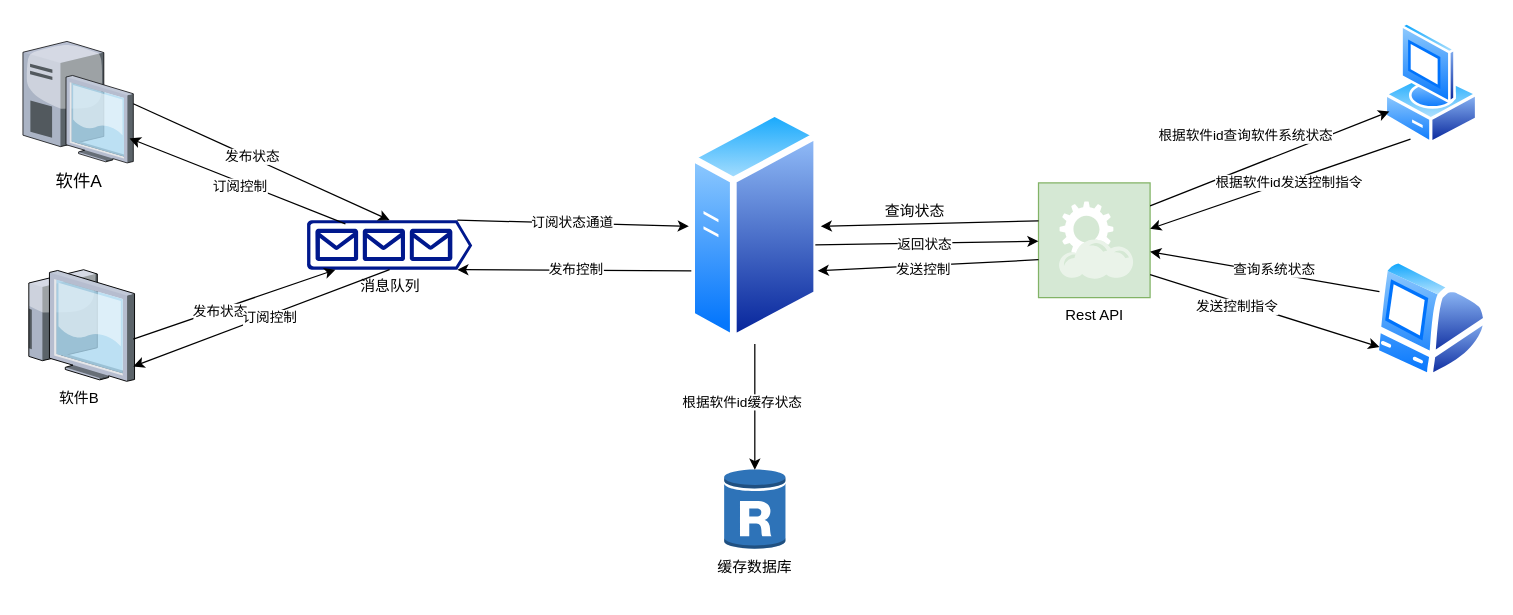
Yqghlx/LabTechOpenPlatform keeps this draw.io diagram as doc/网络架构.drawio. Above is the earlier version. Source tidied: cells renumbered, new cells numbered last; positions are measured from the earlier drawing's top-left corner, leaving out a move shared by most shapes. Both pictures are drawn from the tidied source at 124%, with x=0, y=0 at pixel (22, 21).
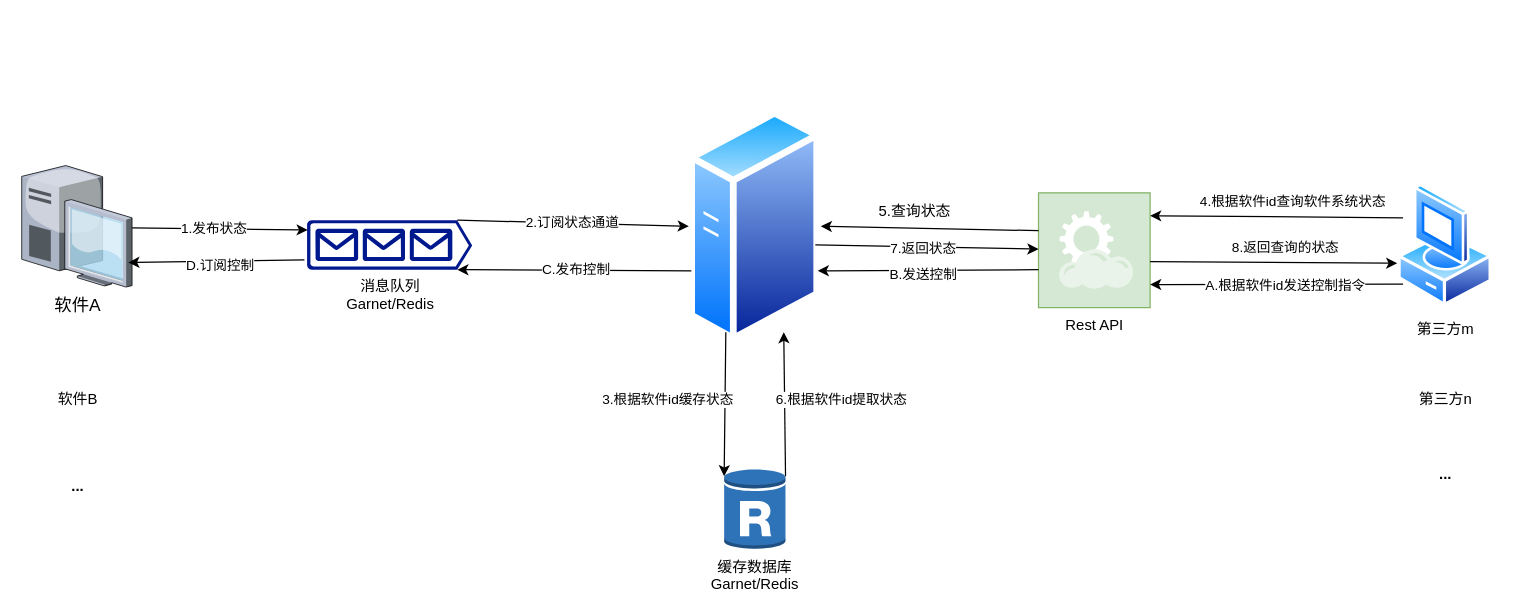
The same page after the edit.

Commit message:
docs: 更新架构图

- 使用 draw.io 28.0.6 版本重新绘制架构图
- 调整了部分元素的位置和样式
- 增加了新的元素和连接线
- 优化了部分元素的描述信息

The change refers to these unchanged cells:
```xml
<mxCell id="4" style="image;perimeter=ellipsePerimeter;html=1;align=center;shadow=0;dashed=0;spacingTop=3;image=img/lib/active_directory/generic_server.svg;" parent="1" vertex="1">
  <mxGeometry x="537" y="70" width="106.4" height="190" as="geometry" />
</mxCell>
<mxCell id="18" style="endArrow=classic;html=1;rounded=0;exitX=0.91;exitY=0;exitDx=0;exitDy=0;exitPerimeter=0;entryX=0;entryY=0.5;entryDx=0;entryDy=0;" parent="1" edge="1" source="3" target="4">
  <mxGeometry relative="1" as="geometry" />
</mxCell>
<mxCell id="22" style="endArrow=classic;html=1;rounded=0;exitX=0.019;exitY=0.689;exitDx=0;exitDy=0;exitPerimeter=0;entryX=0.91;entryY=1;entryDx=0;entryDy=0;entryPerimeter=0;" parent="1" edge="1" source="4" target="3">
  <mxGeometry relative="1" as="geometry" />
</mxCell>
<mxCell id="34" style="endArrow=classic;html=1;rounded=0;" parent="1" edge="1" target="9">
  <mxGeometry relative="1" as="geometry">
    <mxPoint x="639" y="180" as="sourcePoint" />
  </mxGeometry>
</mxCell>
<mxCell id="36" style="endArrow=classic;html=1;rounded=0;entryX=0.977;entryY=0.689;entryDx=0;entryDy=0;exitX=0;exitY=0.67;exitDx=0;exitDy=0;exitPerimeter=0;entryPerimeter=0;" parent="1" edge="1" source="9" target="4">
  <mxGeometry relative="1" as="geometry" />
</mxCell>
```

The edit, as a diff of the source:
```diff
@@
     <mxCell id="2" value="软件A" style="verticalLabelPosition=bottom;html=1;verticalAlign=top;strokeColor=none;shape=mxgraph.citrix.desktop;fillColor=#66B2FF;gradientColor=#0066CC;fontSize=14;" parent="1" vertex="1">
-      <mxGeometry y="15.9" width="89" height="98" as="geometry" />
+      <mxGeometry x="-1" y="116" width="89" height="98" as="geometry" />
     </mxCell>
-    <mxCell id="3" value="消息队列" style="sketch=0;shadow=0;dashed=0;html=1;strokeColor=none;labelPosition=center;verticalLabelPosition=bottom;verticalAlign=top;align=center;fillColor=#00188D;shape=mxgraph.azure.queue_generic;" parent="1" vertex="1">
+    <mxCell id="3" value="消息队列&lt;div&gt;Garnet/Redis&lt;/div&gt;" style="sketch=0;shadow=0;dashed=0;html=1;strokeColor=none;labelPosition=center;verticalLabelPosition=bottom;verticalAlign=top;align=center;fillColor=#00188D;shape=mxgraph.azure.queue_generic;" parent="1" vertex="1">
       <mxGeometry x="229" y="160" width="133.3" height="40" as="geometry" />
     </mxCell>
@@
-    <mxCell id="5" value="缓存数据库" style="outlineConnect=0;dashed=0;verticalLabelPosition=bottom;verticalAlign=top;align=center;html=1;shape=mxgraph.aws3.rds_db_instance_read_replica;fillColor=#2E73B8;gradientColor=none;" parent="1" vertex="1">
+    <mxCell id="5" value="缓存数据库&lt;div&gt;Garnet/Redis&lt;/div&gt;" style="outlineConnect=0;dashed=0;verticalLabelPosition=bottom;verticalAlign=top;align=center;html=1;shape=mxgraph.aws3.rds_db_instance_read_replica;fillColor=#2E73B8;gradientColor=none;" parent="1" vertex="1">
       <mxGeometry x="565.5" y="360" width="49.5" height="66" as="geometry" />
     </mxCell>
-    <mxCell id="6" style="image;perimeter=ellipsePerimeter;html=1;align=center;shadow=0;dashed=0;spacingTop=3;image=img/lib/active_directory/vista_client.svg;" parent="1" vertex="1">
-      <mxGeometry x="1098" width="76" height="100" as="geometry" />
+    <mxCell id="6" value="第三方m" style="image;perimeter=ellipsePerimeter;html=1;align=center;shadow=0;dashed=0;spacingTop=3;image=img/lib/active_directory/vista_client.svg;" parent="1" vertex="1">
+      <mxGeometry x="1109" y="130.5" width="76" height="100" as="geometry" />
     </mxCell>
-    <mxCell id="7" style="image;perimeter=ellipsePerimeter;html=1;align=center;shadow=0;dashed=0;spacingTop=3;image=img/lib/active_directory/mac_client.svg;" parent="1" vertex="1">
-      <mxGeometry x="1089" y="190" width="94" height="100" as="geometry" />
-    </mxCell>
-    <mxCell id="8" value="软件B" style="verticalLabelPosition=bottom;sketch=0;html=1;verticalAlign=top;strokeColor=none;align=center;outlineConnect=0;shape=mxgraph.citrix.thin_client;" parent="1" vertex="1">
-      <mxGeometry y="200" width="90" height="90" as="geometry" />
-    </mxCell>
     <mxCell id="9" value="Rest API" style="shadow=0;dashed=0;html=1;strokeColor=#82b366;fillColor=#d5e8d4;labelPosition=center;verticalLabelPosition=bottom;verticalAlign=top;align=center;outlineConnect=0;shape=mxgraph.veeam.2d.restful_apis;points=[[0,0.33,0,0,0],[0,0.5,0,0,0],[0,0.67,0,0,0],[1,0.2,0,0,0],[1,0.4,0,0,0],[1,0.6,0,0,0],[1,0.8,0,0,0]];" parent="1" vertex="1">
-      <mxGeometry x="819" y="130" width="90" height="92.5" as="geometry" />
+      <mxGeometry x="819" y="138" width="90" height="92.5" as="geometry" />
     </mxCell>
-    <mxCell id="10" style="endArrow=classic;html=1;rounded=0;exitX=1;exitY=0.513;exitDx=0;exitDy=0;exitPerimeter=0;entryX=0.5;entryY=0;entryDx=0;entryDy=0;entryPerimeter=0;" parent="1" edge="1" source="2" target="3">
+    <mxCell id="10" style="endArrow=classic;html=1;rounded=0;exitX=1;exitY=0.513;exitDx=0;exitDy=0;exitPerimeter=0;entryX=0.005;entryY=0.2;entryDx=0;entryDy=0;entryPerimeter=0;" parent="1" edge="1" source="2" target="3">
       <mxGeometry relative="1" as="geometry" />
     </mxCell>
-    <mxCell id="11" value="发布状态" style="edgeLabel;html=1;align=center;verticalAlign=middle;" parent="10" vertex="1">
+    <mxCell id="11" value="1.发布状态" style="edgeLabel;html=1;align=center;verticalAlign=middle;" parent="10" vertex="1">
       <mxGeometry x="-0.08" y="1" relative="1" as="geometry" />
     </mxCell>
-    <mxCell id="12" style="endArrow=classic;html=1;rounded=0;exitX=0.233;exitY=0.075;exitDx=0;exitDy=0;exitPerimeter=0;entryX=0.966;entryY=0.798;entryDx=0;entryDy=0;entryPerimeter=0;" parent="1" edge="1" source="3" target="2">
+    <mxCell id="12" style="endArrow=classic;html=1;rounded=0;exitX=-0.015;exitY=0.8;exitDx=0;exitDy=0;exitPerimeter=0;entryX=0.966;entryY=0.798;entryDx=0;entryDy=0;entryPerimeter=0;" parent="1" edge="1" source="3" target="2">
       <mxGeometry relative="1" as="geometry" />
     </mxCell>
-    <mxCell id="13" value="订阅控制" style="edgeLabel;html=1;align=center;verticalAlign=middle;" parent="12" vertex="1">
+    <mxCell id="13" value="D.订阅控制" style="edgeLabel;html=1;align=center;verticalAlign=middle;" parent="12" vertex="1">
       <mxGeometry x="-0.03" y="3" relative="1" as="geometry" />
     </mxCell>
-    <mxCell id="14" style="endArrow=classic;html=1;rounded=0;entryX=0.173;entryY=1;entryDx=0;entryDy=0;entryPerimeter=0;exitX=0.989;exitY=0.622;exitDx=0;exitDy=0;exitPerimeter=0;" parent="1" edge="1" source="8" target="3">
-      <mxGeometry relative="1" as="geometry" />
-    </mxCell>
-    <mxCell id="15" value="发布状态" style="edgeLabel;html=1;align=center;verticalAlign=middle;" parent="14" vertex="1">
-      <mxGeometry x="-0.15" y="-1" relative="1" as="geometry" />
-    </mxCell>
-    <mxCell id="16" style="endArrow=classic;html=1;rounded=0;exitX=0.5;exitY=1;exitDx=0;exitDy=0;exitPerimeter=0;entryX=0.989;entryY=0.867;entryDx=0;entryDy=0;entryPerimeter=0;" parent="1" edge="1" source="3" target="8">
-      <mxGeometry relative="1" as="geometry" />
-    </mxCell>
-    <mxCell id="17" value="订阅控制" style="edgeLabel;html=1;align=center;verticalAlign=middle;" parent="16" vertex="1">
-      <mxGeometry x="-0.05" y="2" relative="1" as="geometry" />
-    </mxCell>
@@
-    <mxCell id="19" value="订阅状态通道" style="edgeLabel;html=1;align=center;verticalAlign=middle;" parent="18" vertex="1">
+    <mxCell id="19" value="2.订阅状态通道" style="edgeLabel;html=1;align=center;verticalAlign=middle;" parent="18" vertex="1">
       <mxGeometry x="-0.01" y="1" relative="1" as="geometry" />
     </mxCell>
-    <mxCell id="20" style="endArrow=classic;html=1;rounded=0;exitX=0.5;exitY=1;exitDx=0;exitDy=0;entryX=0.5;entryY=0.02;entryDx=0;entryDy=0;entryPerimeter=0;" parent="1" edge="1" source="4" target="5">
+    <mxCell id="20" style="endArrow=classic;html=1;rounded=0;exitX=0.25;exitY=1;exitDx=0;exitDy=0;entryX=0;entryY=0.1;entryDx=0;entryDy=0;entryPerimeter=0;" parent="1" edge="1" source="4" target="5">
       <mxGeometry relative="1" as="geometry" />
     </mxCell>
-    <mxCell id="21" value="根据软件id缓存状态" style="edgeLabel;html=1;align=center;verticalAlign=middle;" parent="20" vertex="1">
+    <mxCell id="21" value="3.根据软件id缓存状态" style="edgeLabel;html=1;align=center;verticalAlign=middle;" parent="20" vertex="1">
       <mxGeometry x="-0.07" y="2" relative="1" as="geometry">
-        <mxPoint x="-13" as="offset" />
+        <mxPoint x="-49" as="offset" />
       </mxGeometry>
     </mxCell>
@@
-    <mxCell id="23" value="发布控制" style="edgeLabel;html=1;align=center;verticalAlign=middle;" parent="22" vertex="1">
+    <mxCell id="23" value="C.发布控制" style="edgeLabel;html=1;align=center;verticalAlign=middle;" parent="22" vertex="1">
       <mxGeometry y="-1" relative="1" as="geometry" />
     </mxCell>
-    <mxCell id="24" style="endArrow=classic;html=1;rounded=0;entryX=0;entryY=0.75;entryDx=0;entryDy=0;exitX=1;exitY=0.2;exitDx=0;exitDy=0;exitPerimeter=0;" parent="1" edge="1" source="9" target="6">
+    <mxCell id="24" style="endArrow=classic;html=1;rounded=0;entryX=-0.009;entryY=0.643;entryDx=0;entryDy=0;exitX=1;exitY=0.6;exitDx=0;exitDy=0;exitPerimeter=0;entryPerimeter=0;" parent="1" edge="1" source="9" target="6">
       <mxGeometry relative="1" as="geometry" />
     </mxCell>
-    <mxCell id="25" value="根据软件id查询软件系统状态" style="edgeLabel;html=1;align=center;verticalAlign=middle;" parent="24" vertex="1">
+    <mxCell id="25" value="8.返回查询的状态" style="edgeLabel;html=1;align=center;verticalAlign=middle;" parent="24" vertex="1">
       <mxGeometry x="-0.13" y="-3" relative="1" as="geometry">
-        <mxPoint x="-8" y="-27" as="offset" />
+        <mxPoint x="22" y="-16" as="offset" />
       </mxGeometry>
     </mxCell>
-    <mxCell id="26" style="endArrow=classic;html=1;rounded=0;exitX=0.25;exitY=1;exitDx=0;exitDy=0;entryX=1;entryY=0.4;entryDx=0;entryDy=0;entryPerimeter=0;" parent="1" edge="1" source="6" target="9">
+    <mxCell id="26" style="endArrow=classic;html=1;rounded=0;exitX=0.053;exitY=0.812;exitDx=0;exitDy=0;entryX=1;entryY=0.8;entryDx=0;entryDy=0;entryPerimeter=0;exitPerimeter=0;" parent="1" edge="1" source="6" target="9">
       <mxGeometry relative="1" as="geometry" />
     </mxCell>
-    <mxCell id="27" value="根据软件id发送控制指令" style="edgeLabel;html=1;align=center;verticalAlign=middle;" parent="26" vertex="1">
+    <mxCell id="27" value="A.根据软件id发送控制指令" style="edgeLabel;html=1;align=center;verticalAlign=middle;" parent="26" vertex="1">
       <mxGeometry x="-0.06" y="1" relative="1" as="geometry" />
     </mxCell>
-    <mxCell id="28" style="endArrow=classic;html=1;rounded=0;exitX=0;exitY=0.25;exitDx=0;exitDy=0;entryX=1;entryY=0.6;entryDx=0;entryDy=0;entryPerimeter=0;" parent="1" edge="1" source="7" target="9">
-      <mxGeometry relative="1" as="geometry" />
-    </mxCell>
-    <mxCell id="29" value="查询系统状态" style="edgeLabel;html=1;align=center;verticalAlign=middle;" parent="28" vertex="1">
-      <mxGeometry x="-0.07" y="-3" relative="1" as="geometry" />
-    </mxCell>
-    <mxCell id="30" style="endArrow=classic;html=1;rounded=0;entryX=0;entryY=0.75;entryDx=0;entryDy=0;exitX=1;exitY=0.8;exitDx=0;exitDy=0;exitPerimeter=0;" parent="1" edge="1" source="9" target="7">
-      <mxGeometry relative="1" as="geometry" />
-    </mxCell>
-    <mxCell id="31" value="发送控制指令" style="edgeLabel;html=1;align=center;verticalAlign=middle;" parent="30" vertex="1">
-      <mxGeometry x="-0.24" y="-3" relative="1" as="geometry" />
-    </mxCell>
@@
-    <mxCell id="33" value="查询状态" style="text;html=1;align=center;verticalAlign=middle;strokeColor=none;fillColor=none;" parent="1" vertex="1">
-      <mxGeometry x="684" y="138" width="70" height="30" as="geometry" />
+    <mxCell id="33" value="5.查询状态" style="text;html=1;align=center;verticalAlign=middle;strokeColor=none;fillColor=none;" parent="1" vertex="1">
+      <mxGeometry x="679" y="138" width="80" height="30" as="geometry" />
     </mxCell>
@@
-    <mxCell id="35" value="返回状态" style="edgeLabel;html=1;align=center;verticalAlign=middle;" parent="34" vertex="1">
+    <mxCell id="35" value="7.返回状态" style="edgeLabel;html=1;align=center;verticalAlign=middle;" parent="34" vertex="1">
       <mxGeometry x="-0.03" y="-1" relative="1" as="geometry" />
     </mxCell>
@@
-    <mxCell id="37" value="发送控制" style="edgeLabel;html=1;align=center;verticalAlign=middle;" parent="36" vertex="1">
+    <mxCell id="37" value="B.发送控制" style="edgeLabel;html=1;align=center;verticalAlign=middle;" parent="36" vertex="1">
       <mxGeometry x="0.06" y="3" relative="1" as="geometry" />
     </mxCell>
+    <mxCell id="38" style="endArrow=classic;html=1;rounded=0;exitX=1;exitY=0.1;exitDx=0;exitDy=0;exitPerimeter=0;entryX=0.75;entryY=1;entryDx=0;entryDy=0;" parent="1" edge="1" source="5" target="4">
+      <mxGeometry relative="1" as="geometry" />
+    </mxCell>
+    <mxCell id="39" value="6.根据软件id提取状态" style="edgeLabel;html=1;align=center;verticalAlign=middle;" parent="38" vertex="1">
+      <mxGeometry x="0.06" y="-5" relative="1" as="geometry">
+        <mxPoint x="40" as="offset" />
+      </mxGeometry>
+    </mxCell>
+    <mxCell id="40" style="endArrow=classic;html=1;rounded=0;exitX=0;exitY=0.25;exitDx=0;exitDy=0;entryX=1;entryY=0.2;entryDx=0;entryDy=0;entryPerimeter=0;" parent="1" edge="1" source="6" target="9">
+      <mxGeometry relative="1" as="geometry" />
+    </mxCell>
+    <mxCell id="41" value="&lt;span style=&quot;font-size: 11px; background-color: rgb(255, 255, 255);&quot;&gt;4.根据软件id查询软件系统状态&lt;/span&gt;" style="text;html=1;align=center;verticalAlign=middle;strokeColor=none;fillColor=none;" parent="1" vertex="1">
+      <mxGeometry x="939" y="130" width="170" height="30" as="geometry" />
+    </mxCell>
+    <mxCell id="8" value="软件B" style="text;html=1;align=center;verticalAlign=middle;points=[];strokeColor=none;fillColor=none;" parent="1" vertex="1">
+      <mxGeometry x="13.5" y="290" width="60" height="30" as="geometry" />
+    </mxCell>
+    <mxCell id="42" value="..." style="text;html=1;align=center;verticalAlign=middle;strokeColor=none;fillColor=none;fontStyle=1;" parent="1" vertex="1">
+      <mxGeometry x="28.5" y="360" width="30" height="30" as="geometry" />
+    </mxCell>
+    <mxCell id="43" value="第三方n" style="text;html=1;align=center;verticalAlign=middle;strokeColor=none;fillColor=none;" parent="1" vertex="1">
+      <mxGeometry x="1112" y="290" width="70" height="30" as="geometry" />
+    </mxCell>
+    <mxCell id="44" value="..." style="text;html=1;align=center;verticalAlign=middle;strokeColor=none;fillColor=none;fontStyle=1;" parent="1" vertex="1">
+      <mxGeometry x="1132" y="350" width="30" height="30" as="geometry" />
+    </mxCell>
```
